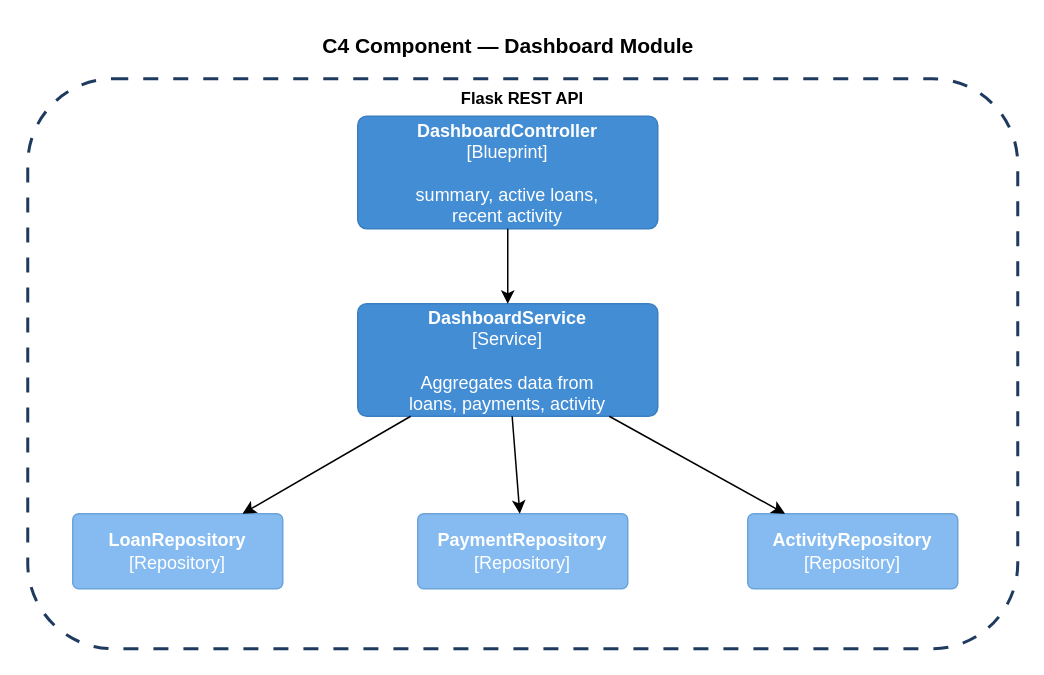
Earlier version of the draw.io diagram docs/detailed-designs/diagrams/drawio/c4_component_dashboard.drawio (QuinntyneBrown/LendQ). Source tidied: cells renumbered, new cells numbered last; positions are measured from the earlier drawing's top-left corner, leaving out a move shared by most shapes. Both pictures are drawn from the tidied source at 150%, with x=0, y=0 at pixel (27, 26).
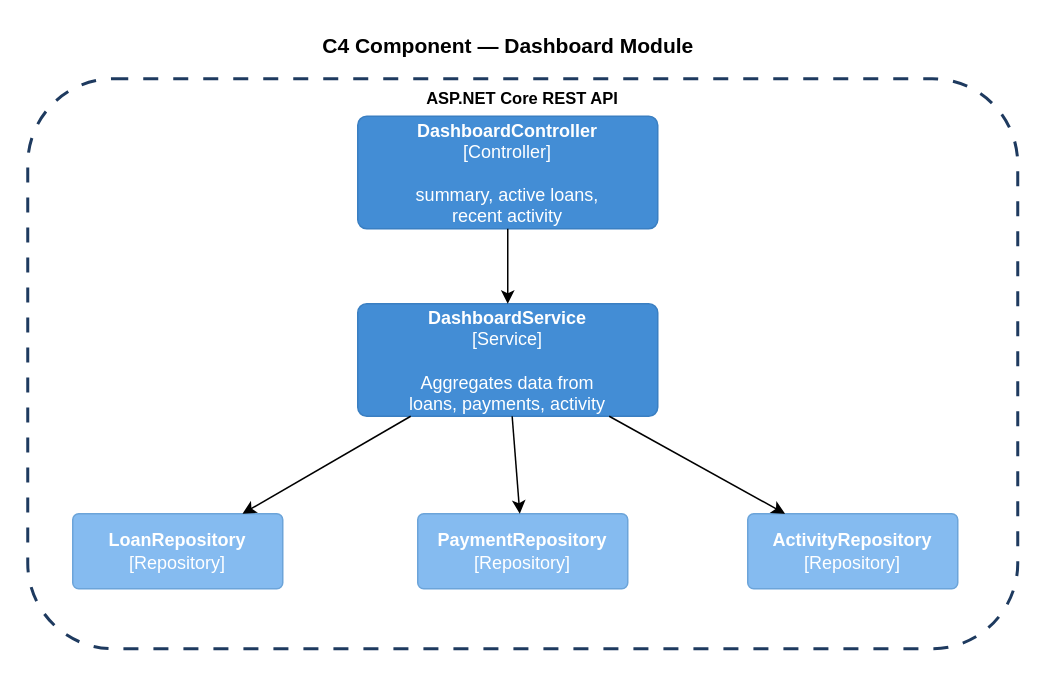
Above is the later version.

What changed in the source:
```diff
@@
 <mxGraphModel>
   <root>
     <mxCell id="0" />
     <mxCell id="1" parent="0" />
     <mxCell id="2" value="C4 Component — Dashboard Module" style="text;html=1;align=center;verticalAlign=middle;strokeColor=none;fillColor=none;fontSize=14;fontStyle=1;" parent="1" vertex="1">
       <mxGeometry x="170" width="300" height="25" as="geometry" />
     </mxCell>
-    <mxCell id="3" value="Flask REST API" style="rounded=1;whiteSpace=wrap;html=1;fillColor=none;strokeColor=#1e3a5f;dashed=1;dashPattern=5 5;verticalAlign=top;fontStyle=1;fontSize=11;strokeWidth=2;" parent="1" vertex="1">
+    <mxCell id="3" value="ASP.NET Core REST API" style="rounded=1;whiteSpace=wrap;html=1;fillColor=none;strokeColor=#1e3a5f;dashed=1;dashPattern=5 5;verticalAlign=top;fontStyle=1;fontSize=11;strokeWidth=2;" parent="1" vertex="1">
       <mxGeometry y="35" width="660" height="380" as="geometry" />
     </mxCell>
-    <mxCell id="4" value="&lt;b&gt;DashboardController&lt;/b&gt;&lt;br&gt;[Blueprint]&lt;br&gt;&lt;br&gt;summary, active loans,&lt;br&gt;recent activity" style="rounded=1;whiteSpace=wrap;html=1;fillColor=#438DD5;fontColor=#ffffff;strokeColor=#3a7fc2;arcSize=8;" parent="1" vertex="1">
+    <mxCell id="4" value="&lt;b&gt;DashboardController&lt;/b&gt;&lt;br&gt;[Controller]&lt;br&gt;&lt;br&gt;summary, active loans,&lt;br&gt;recent activity" style="rounded=1;whiteSpace=wrap;html=1;fillColor=#438DD5;fontColor=#ffffff;strokeColor=#3a7fc2;arcSize=8;" parent="1" vertex="1">
       <mxGeometry x="220" y="60" width="200" height="75" as="geometry" />
     </mxCell>
     <mxCell id="5" value="&lt;b&gt;DashboardService&lt;/b&gt;&lt;br&gt;[Service]&lt;br&gt;&lt;br&gt;Aggregates data from&lt;br&gt;loans, payments, activity" style="rounded=1;whiteSpace=wrap;html=1;fillColor=#438DD5;fontColor=#ffffff;strokeColor=#3a7fc2;arcSize=8;" parent="1" vertex="1">
       <mxGeometry x="220" y="185" width="200" height="75" as="geometry" />
     </mxCell>
     <mxCell id="6" value="&lt;b&gt;LoanRepository&lt;/b&gt;&lt;br&gt;[Repository]" style="rounded=1;whiteSpace=wrap;html=1;fillColor=#85BBF0;fontColor=#ffffff;strokeColor=#6ca4d9;arcSize=8;" parent="1" vertex="1">
       <mxGeometry x="30" y="325" width="140" height="50" as="geometry" />
     </mxCell>
     <mxCell id="7" value="&lt;b&gt;PaymentRepository&lt;/b&gt;&lt;br&gt;[Repository]" style="rounded=1;whiteSpace=wrap;html=1;fillColor=#85BBF0;fontColor=#ffffff;strokeColor=#6ca4d9;arcSize=8;" parent="1" vertex="1">
       <mxGeometry x="260" y="325" width="140" height="50" as="geometry" />
     </mxCell>
     <mxCell id="8" value="&lt;b&gt;ActivityRepository&lt;/b&gt;&lt;br&gt;[Repository]" style="rounded=1;whiteSpace=wrap;html=1;fillColor=#85BBF0;fontColor=#ffffff;strokeColor=#6ca4d9;arcSize=8;" parent="1" vertex="1">
       <mxGeometry x="480" y="325" width="140" height="50" as="geometry" />
     </mxCell>
     <mxCell id="9" style="endArrow=classic;html=1;" parent="1" edge="1" source="4" target="5">
       <mxGeometry relative="1" as="geometry" />
     </mxCell>
     <mxCell id="10" style="endArrow=classic;html=1;" parent="1" edge="1" source="5" target="6">
       <mxGeometry relative="1" as="geometry" />
     </mxCell>
     <mxCell id="11" style="endArrow=classic;html=1;" parent="1" edge="1" source="5" target="7">
       <mxGeometry relative="1" as="geometry" />
     </mxCell>
     <mxCell id="12" style="endArrow=classic;html=1;" parent="1" edge="1" source="5" target="8">
       <mxGeometry relative="1" as="geometry" />
     </mxCell>
   </root>
 </mxGraphModel>
```
